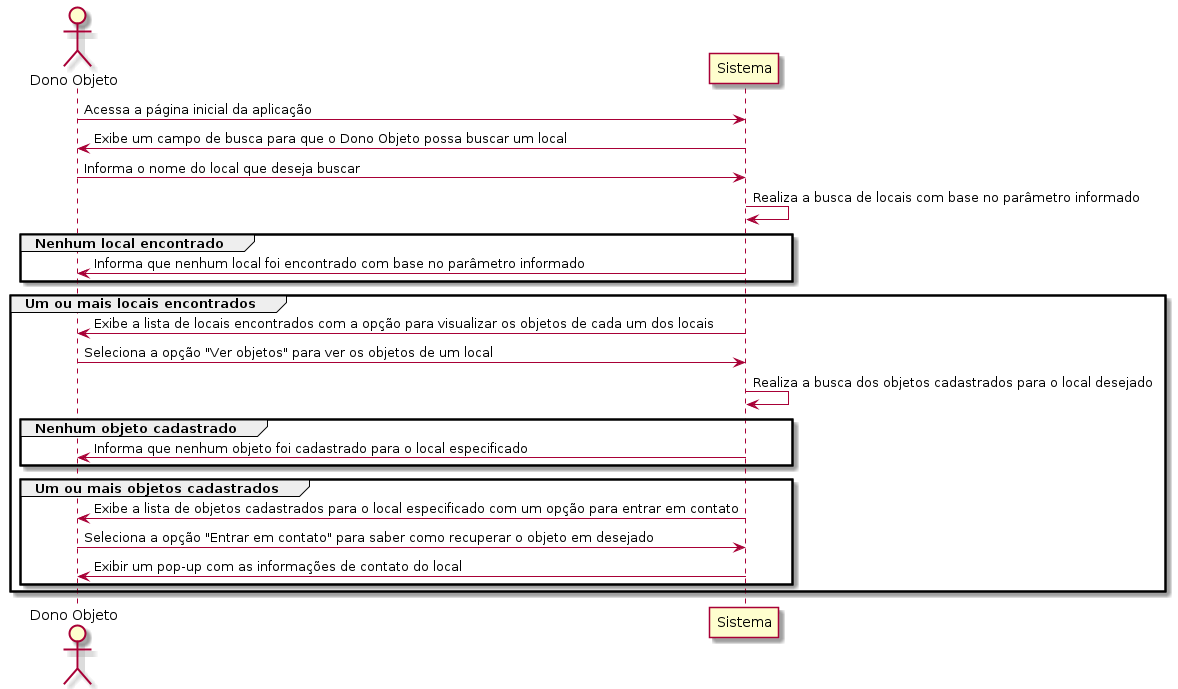
Above: out/casos-de-uso/dono-objeto/DOP01/DOP01.png in treinaweb/desafio-achados-e-perdidos (PlantUML), before the change. The source it was exported from:
```plantuml
@startuml DOP01

actor "Dono Objeto" as dono
participant "Sistema" as sistema

dono -> sistema: Acessa a página inicial da aplicação
sistema -> dono: Exibe um campo de busca para que o Dono Objeto possa buscar um local
dono -> sistema: Informa o nome do local que deseja buscar
sistema -> sistema: Realiza a busca de locais com base no parâmetro informado

group Nenhum local encontrado
  sistema -> dono: Informa que nenhum local foi encontrado com base no parâmetro informado
end

group Um ou mais locais encontrados
  sistema -> dono: Exibe a lista de locais encontrados com a opção para visualizar os objetos de cada um dos locais
  dono -> sistema: Seleciona a opção "Ver objetos" para ver os objetos de um local
  sistema -> sistema: Realiza a busca dos objetos cadastrados para o local desejado

  group Nenhum objeto cadastrado
    sistema -> dono: Informa que nenhum objeto foi cadastrado para o local especificado
  end

  group Um ou mais objetos cadastrados
    sistema -> dono: Exibe a lista de objetos cadastrados para o local especificado com um opção para entrar em contato
    dono -> sistema: Seleciona a opção "Entrar em contato" para saber como recuperar o objeto em desejado
    sistema -> dono: Exibir um pop-up com as informações de contato do local
  end
end

@enduml
```
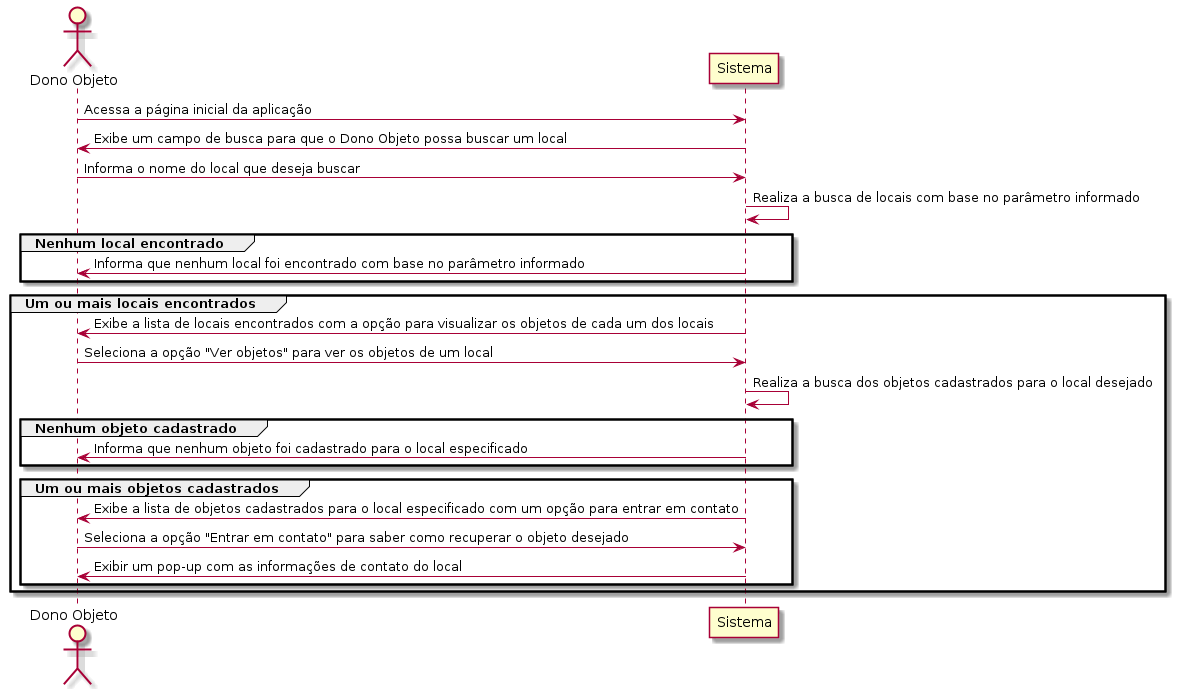
Later version of the same file.

Commit message:
corrige erro de digitação no diagrama do caso de uso DOP01

What changed in the source:
```diff
@@ -23,7 +23,7 @@
 
   group Um ou mais objetos cadastrados
     sistema -> dono: Exibe a lista de objetos cadastrados para o local especificado com um opção para entrar em contato
-    dono -> sistema: Seleciona a opção "Entrar em contato" para saber como recuperar o objeto em desejado
+    dono -> sistema: Seleciona a opção "Entrar em contato" para saber como recuperar o objeto desejado
     sistema -> dono: Exibir um pop-up com as informações de contato do local
   end
 end
```
